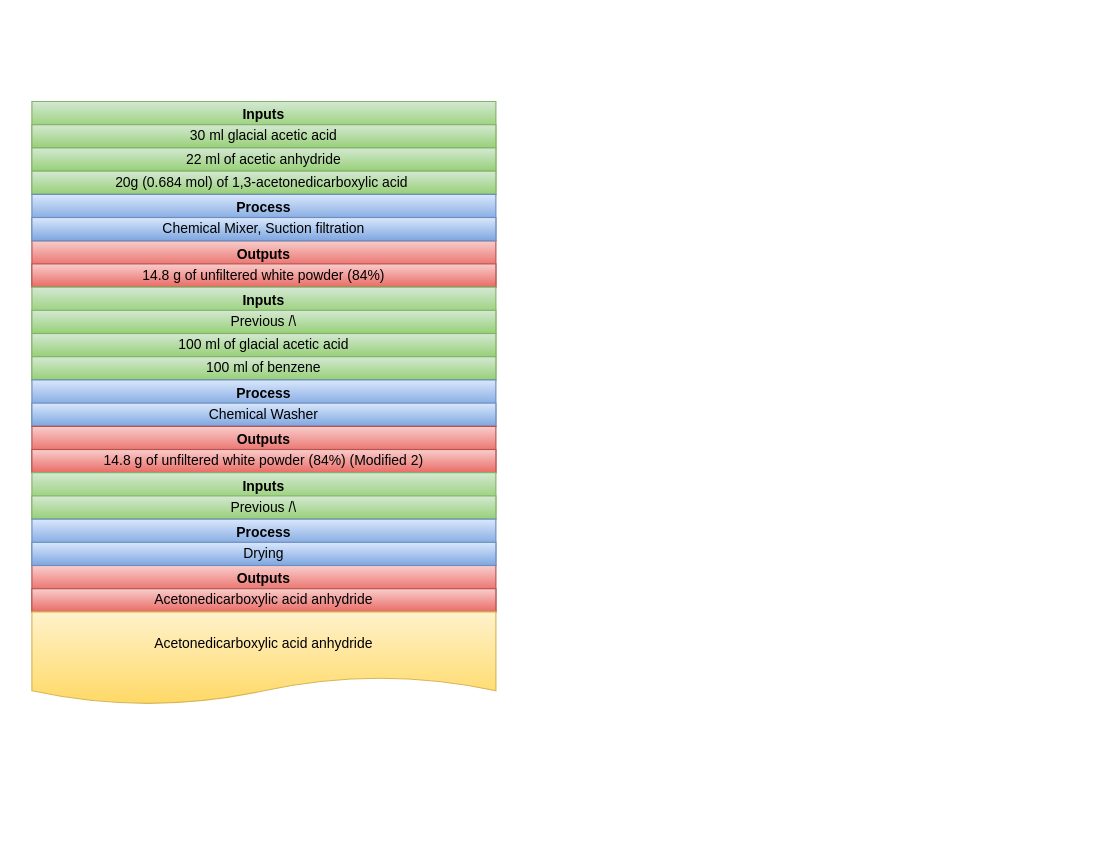
This is Cocaine.drawio from Nrmot/flowcharts, a draw.io file, before an edit. Source tidied: cells renumbered, new cells numbered last; positions are measured from the earlier drawing's top-left corner, leaving out a move shared by most shapes. Both pictures are drawn from the tidied source at 116%, with x=0, y=0 at pixel (31, 101).
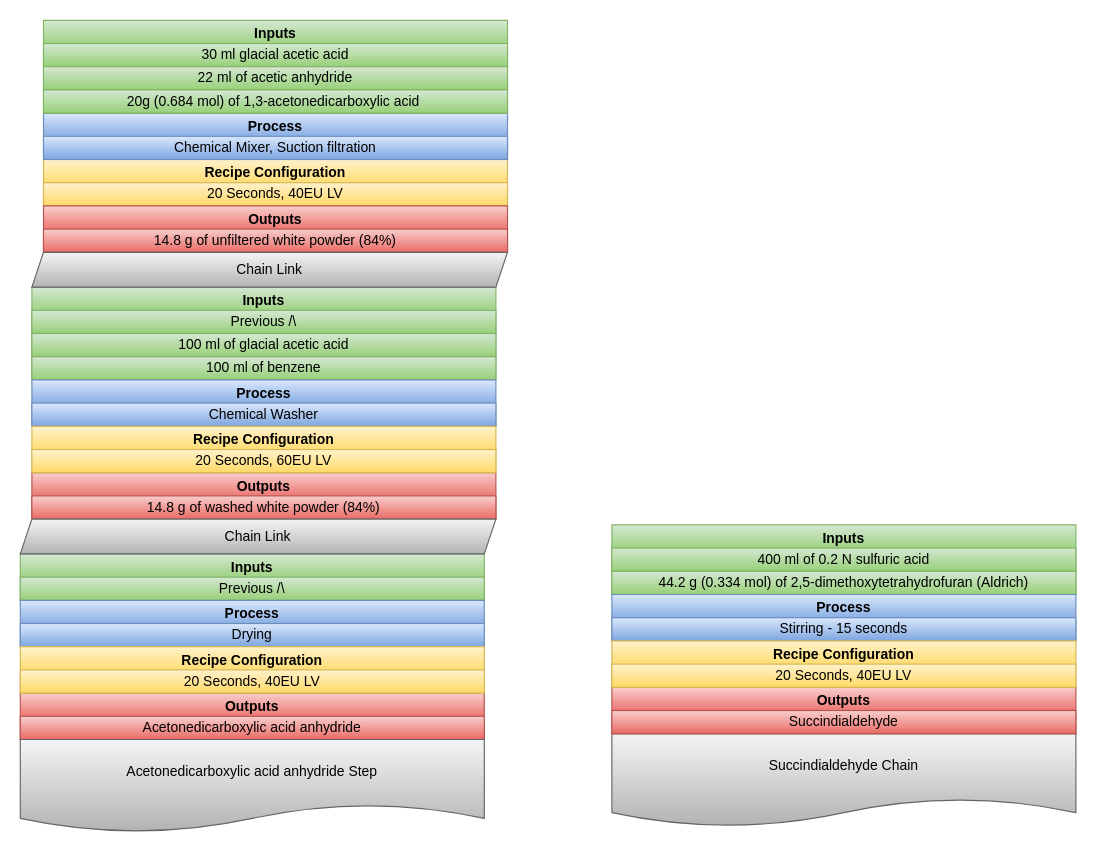
The same diagram, later.

The edit, as a diff of the source:
```diff
@@
-    <mxCell id="2" value="Inputs" style="swimlane;whiteSpace=wrap;html=1;fillColor=#d5e8d4;strokeColor=#82b366;gradientColor=#97d077;" parent="1" vertex="1">
-      <mxGeometry width="400" height="80" as="geometry" />
-    </mxCell>
-    <mxCell id="3" value="30 ml glacial acetic acid" style="rounded=0;whiteSpace=wrap;html=1;fillColor=#d5e8d4;strokeColor=#82b366;gradientColor=#97d077;" parent="2" vertex="1">
-      <mxGeometry y="20" width="400" height="20" as="geometry" />
-    </mxCell>
-    <mxCell id="4" style="edgeStyle=orthogonalEdgeStyle;rounded=0;orthogonalLoop=1;jettySize=auto;html=1;exitX=0.5;exitY=1;exitDx=0;exitDy=0;fillColor=#d5e8d4;strokeColor=#82b366;gradientColor=#97d077;" parent="2" edge="1" source="3" target="3">
-      <mxGeometry relative="1" as="geometry" />
-    </mxCell>
-    <mxCell id="5" value="22 ml of acetic anhydride" style="rounded=0;whiteSpace=wrap;html=1;fillColor=#d5e8d4;strokeColor=#82b366;gradientColor=#97d077;" parent="2" vertex="1">
-      <mxGeometry y="40" width="400" height="20" as="geometry" />
-    </mxCell>
-    <mxCell id="6" value="20g (0.684 mol) of 1,3-acetonedicarboxylic acid&amp;nbsp;" style="rounded=0;whiteSpace=wrap;html=1;fillColor=#d5e8d4;strokeColor=#82b366;gradientColor=#97d077;" parent="2" vertex="1">
-      <mxGeometry y="60" width="400" height="20" as="geometry" />
-    </mxCell>
     <mxCell id="7" value="Outputs" style="swimlane;whiteSpace=wrap;html=1;fillColor=#f8cecc;strokeColor=#b85450;gradientColor=#ea6b66;" parent="1" vertex="1">
-      <mxGeometry y="400" width="400" height="40" as="geometry" />
+      <mxGeometry x="-10" y="510" width="400" height="40" as="geometry" />
     </mxCell>
@@
-    <mxCell id="10" value="Acetonedicarboxylic acid anhydride" style="shape=document;whiteSpace=wrap;html=1;boundedLbl=1;fillColor=#fff2cc;gradientColor=#ffd966;strokeColor=#d6b656;" parent="1" vertex="1">
-      <mxGeometry y="440" width="400" height="80" as="geometry" />
+    <mxCell id="10" value="Acetonedicarboxylic acid anhydride Step" style="shape=document;whiteSpace=wrap;html=1;boundedLbl=1;fillColor=#f5f5f5;gradientColor=#b3b3b3;strokeColor=#666666;" parent="1" vertex="1">
+      <mxGeometry x="-10" y="550" width="400" height="80" as="geometry" />
     </mxCell>
-    <mxCell id="11" value="Outputs" style="swimlane;whiteSpace=wrap;html=1;fillColor=#f8cecc;strokeColor=#b85450;gradientColor=#ea6b66;" parent="1" vertex="1">
-      <mxGeometry y="120" width="400" height="40" as="geometry" />
-    </mxCell>
-    <mxCell id="12" style="edgeStyle=orthogonalEdgeStyle;rounded=0;orthogonalLoop=1;jettySize=auto;html=1;exitX=0.5;exitY=1;exitDx=0;exitDy=0;fillColor=#f8cecc;strokeColor=#b85450;gradientColor=#ea6b66;" parent="11" edge="1">
-      <mxGeometry relative="1" as="geometry">
-        <mxPoint x="150" y="40" as="sourcePoint" />
-        <mxPoint x="150" y="40" as="targetPoint" />
-      </mxGeometry>
-    </mxCell>
-    <mxCell id="13" value="14.8 g of unfiltered white powder (84%)" style="rounded=0;whiteSpace=wrap;html=1;fillColor=#f8cecc;strokeColor=#b85450;gradientColor=#ea6b66;" parent="11" vertex="1">
-      <mxGeometry y="20" width="400" height="20" as="geometry" />
-    </mxCell>
@@
-    <mxCell id="21" value="Outputs" style="swimlane;whiteSpace=wrap;html=1;fillColor=#f8cecc;strokeColor=#b85450;gradientColor=#ea6b66;" parent="1" vertex="1">
-      <mxGeometry y="280" width="400" height="40" as="geometry" />
+    <mxCell id="21" value="Outputs" style="swimlane;whiteSpace=wrap;html=1;fillColor=#f8cecc;strokeColor=#b85450;gradientColor=#ea6b66;startSize=23;" parent="1" vertex="1">
+      <mxGeometry y="320" width="400" height="40" as="geometry" />
     </mxCell>
@@
-    <mxCell id="23" value="14.8 g of unfiltered white powder (84%) (Modified 2)" style="rounded=0;whiteSpace=wrap;html=1;fillColor=#f8cecc;strokeColor=#b85450;gradientColor=#ea6b66;" parent="21" vertex="1">
+    <mxCell id="23" value="14.8 g of washed white powder (84%)" style="rounded=0;whiteSpace=wrap;html=1;fillColor=#f8cecc;strokeColor=#b85450;gradientColor=#ea6b66;" parent="21" vertex="1">
       <mxGeometry y="20" width="400" height="20" as="geometry" />
     </mxCell>
     <mxCell id="24" value="Inputs" style="swimlane;whiteSpace=wrap;html=1;fillColor=#d5e8d4;strokeColor=#82b366;gradientColor=#97d077;" parent="1" vertex="1">
-      <mxGeometry y="320" width="400" height="40" as="geometry" />
+      <mxGeometry x="-10" y="390" width="400" height="40" as="geometry" />
     </mxCell>
@@
     <mxCell id="27" value="Process" style="swimlane;whiteSpace=wrap;html=1;fillColor=#dae8fc;strokeColor=#6c8ebf;gradientColor=#7ea6e0;" parent="1" vertex="1">
-      <mxGeometry y="360" width="400" height="40" as="geometry" />
+      <mxGeometry x="-10" y="430" width="400" height="40" as="geometry" />
     </mxCell>
@@
+    <mxCell id="31" value="Succindialdehyde&amp;nbsp;Chain" style="shape=document;whiteSpace=wrap;html=1;boundedLbl=1;fillColor=#f5f5f5;gradientColor=#b3b3b3;strokeColor=#666666;" parent="1" vertex="1">
+      <mxGeometry x="500" y="545" width="400" height="80" as="geometry" />
+    </mxCell>
+    <mxCell id="32" value="Outputs" style="swimlane;whiteSpace=wrap;html=1;fillColor=#f8cecc;strokeColor=#b85450;gradientColor=#ea6b66;" parent="1" vertex="1">
+      <mxGeometry x="500" y="505" width="400" height="40" as="geometry" />
+    </mxCell>
+    <mxCell id="33" style="edgeStyle=orthogonalEdgeStyle;rounded=0;orthogonalLoop=1;jettySize=auto;html=1;exitX=0.5;exitY=1;exitDx=0;exitDy=0;fillColor=#f8cecc;strokeColor=#b85450;gradientColor=#ea6b66;" parent="32" edge="1">
+      <mxGeometry relative="1" as="geometry">
+        <mxPoint x="150" y="40" as="sourcePoint" />
+        <mxPoint x="150" y="40" as="targetPoint" />
+      </mxGeometry>
+    </mxCell>
+    <mxCell id="34" value="Succindialdehyde" style="rounded=0;whiteSpace=wrap;html=1;fillColor=#f8cecc;strokeColor=#b85450;gradientColor=#ea6b66;" parent="32" vertex="1">
+      <mxGeometry y="20" width="400" height="20" as="geometry" />
+    </mxCell>
+    <mxCell id="35" value="Inputs" style="swimlane;whiteSpace=wrap;html=1;fillColor=#d5e8d4;strokeColor=#82b366;gradientColor=#97d077;" parent="1" vertex="1">
+      <mxGeometry x="500" y="365" width="400" height="60" as="geometry" />
+    </mxCell>
+    <mxCell id="36" value="400 ml of 0.2 N sulfuric acid" style="rounded=0;whiteSpace=wrap;html=1;fillColor=#d5e8d4;strokeColor=#82b366;gradientColor=#97d077;" parent="35" vertex="1">
+      <mxGeometry y="20" width="400" height="20" as="geometry" />
+    </mxCell>
+    <mxCell id="37" style="edgeStyle=orthogonalEdgeStyle;rounded=0;orthogonalLoop=1;jettySize=auto;html=1;exitX=0.5;exitY=1;exitDx=0;exitDy=0;fillColor=#d5e8d4;strokeColor=#82b366;gradientColor=#97d077;" parent="35" edge="1" source="36" target="36">
+      <mxGeometry relative="1" as="geometry" />
+    </mxCell>
+    <mxCell id="38" value="44.2 g (0.334 mol) of 2,5-dimethoxytetrahydrofuran (Aldrich)" style="rounded=0;whiteSpace=wrap;html=1;fillColor=#d5e8d4;strokeColor=#82b366;gradientColor=#97d077;" parent="35" vertex="1">
+      <mxGeometry y="40" width="400" height="20" as="geometry" />
+    </mxCell>
+    <mxCell id="39" value="Process" style="swimlane;whiteSpace=wrap;html=1;fillColor=#dae8fc;strokeColor=#6c8ebf;gradientColor=#7ea6e0;" parent="1" vertex="1">
+      <mxGeometry x="500" y="425" width="400" height="40" as="geometry" />
+    </mxCell>
+    <mxCell id="40" value="Stirring - 15 seconds" style="rounded=0;whiteSpace=wrap;html=1;fillColor=#dae8fc;strokeColor=#6c8ebf;gradientColor=#7ea6e0;" parent="39" vertex="1">
+      <mxGeometry y="20" width="400" height="20" as="geometry" />
+    </mxCell>
+    <mxCell id="41" value="Recipe Configuration" style="swimlane;whiteSpace=wrap;html=1;fillColor=#fff2cc;strokeColor=#d6b656;gradientColor=#ffd966;" parent="1" vertex="1">
+      <mxGeometry x="10" y="50" width="400" height="40" as="geometry" />
+    </mxCell>
+    <mxCell id="42" value="20 Seconds, 40EU LV" style="rounded=0;whiteSpace=wrap;html=1;fillColor=#fff2cc;strokeColor=#d6b656;gradientColor=#ffd966;" parent="41" vertex="1">
+      <mxGeometry y="20" width="400" height="20" as="geometry" />
+    </mxCell>
     <mxCell id="29" value="Process" style="swimlane;whiteSpace=wrap;html=1;fillColor=#dae8fc;strokeColor=#6c8ebf;gradientColor=#7ea6e0;" parent="1" vertex="1">
-      <mxGeometry y="80" width="400" height="40" as="geometry" />
+      <mxGeometry x="10" y="10" width="400" height="40" as="geometry" />
     </mxCell>
@@
+    <mxCell id="2" value="Inputs" style="swimlane;whiteSpace=wrap;html=1;fillColor=#d5e8d4;strokeColor=#82b366;gradientColor=#97d077;" parent="1" vertex="1">
+      <mxGeometry x="10" y="-70" width="400" height="80" as="geometry" />
+    </mxCell>
+    <mxCell id="3" value="30 ml glacial acetic acid" style="rounded=0;whiteSpace=wrap;html=1;fillColor=#d5e8d4;strokeColor=#82b366;gradientColor=#97d077;" parent="2" vertex="1">
+      <mxGeometry y="20" width="400" height="20" as="geometry" />
+    </mxCell>
+    <mxCell id="4" style="edgeStyle=orthogonalEdgeStyle;rounded=0;orthogonalLoop=1;jettySize=auto;html=1;exitX=0.5;exitY=1;exitDx=0;exitDy=0;fillColor=#d5e8d4;strokeColor=#82b366;gradientColor=#97d077;" parent="2" edge="1" source="3" target="3">
+      <mxGeometry relative="1" as="geometry" />
+    </mxCell>
+    <mxCell id="5" value="22 ml of acetic anhydride" style="rounded=0;whiteSpace=wrap;html=1;fillColor=#d5e8d4;strokeColor=#82b366;gradientColor=#97d077;" parent="2" vertex="1">
+      <mxGeometry y="40" width="400" height="20" as="geometry" />
+    </mxCell>
+    <mxCell id="6" value="20g (0.684 mol) of 1,3-acetonedicarboxylic acid&amp;nbsp;" style="rounded=0;whiteSpace=wrap;html=1;fillColor=#d5e8d4;strokeColor=#82b366;gradientColor=#97d077;" parent="2" vertex="1">
+      <mxGeometry y="60" width="400" height="20" as="geometry" />
+    </mxCell>
+    <mxCell id="11" value="Outputs" style="swimlane;whiteSpace=wrap;html=1;fillColor=#f8cecc;strokeColor=#b85450;gradientColor=#ea6b66;" parent="1" vertex="1">
+      <mxGeometry x="10" y="90" width="400" height="40" as="geometry" />
+    </mxCell>
+    <mxCell id="12" style="edgeStyle=orthogonalEdgeStyle;rounded=0;orthogonalLoop=1;jettySize=auto;html=1;exitX=0.5;exitY=1;exitDx=0;exitDy=0;fillColor=#f8cecc;strokeColor=#b85450;gradientColor=#ea6b66;" parent="11" edge="1">
+      <mxGeometry relative="1" as="geometry">
+        <mxPoint x="150" y="40" as="sourcePoint" />
+        <mxPoint x="150" y="40" as="targetPoint" />
+      </mxGeometry>
+    </mxCell>
+    <mxCell id="13" value="14.8 g of unfiltered white powder (84%)" style="rounded=0;whiteSpace=wrap;html=1;fillColor=#f8cecc;strokeColor=#b85450;gradientColor=#ea6b66;" parent="11" vertex="1">
+      <mxGeometry y="20" width="400" height="20" as="geometry" />
+    </mxCell>
+    <mxCell id="43" value="Recipe Configuration" style="swimlane;whiteSpace=wrap;html=1;fillColor=#fff2cc;strokeColor=#d6b656;gradientColor=#ffd966;startSize=23;" parent="1" vertex="1">
+      <mxGeometry y="280" width="400" height="40" as="geometry" />
+    </mxCell>
+    <mxCell id="44" value="20 Seconds, 60EU LV" style="rounded=0;whiteSpace=wrap;html=1;fillColor=#fff2cc;strokeColor=#d6b656;gradientColor=#ffd966;" parent="43" vertex="1">
+      <mxGeometry y="20" width="400" height="20" as="geometry" />
+    </mxCell>
+    <mxCell id="45" value="Chain Link" style="shape=parallelogram;perimeter=parallelogramPerimeter;whiteSpace=wrap;html=1;fixedSize=1;fillColor=#f5f5f5;gradientColor=#b3b3b3;strokeColor=#666666;size=10;" parent="1" vertex="1">
+      <mxGeometry y="130" width="410" height="30" as="geometry" />
+    </mxCell>
+    <mxCell id="46" value="Chain Link" style="shape=parallelogram;perimeter=parallelogramPerimeter;whiteSpace=wrap;html=1;fixedSize=1;fillColor=#f5f5f5;gradientColor=#b3b3b3;strokeColor=#666666;size=10;" parent="1" vertex="1">
+      <mxGeometry x="-10" y="360" width="410" height="30" as="geometry" />
+    </mxCell>
+    <mxCell id="47" value="Recipe Configuration" style="swimlane;whiteSpace=wrap;html=1;fillColor=#fff2cc;strokeColor=#d6b656;gradientColor=#ffd966;" parent="1" vertex="1">
+      <mxGeometry x="-10" y="470" width="400" height="40" as="geometry" />
+    </mxCell>
+    <mxCell id="48" value="20 Seconds, 40EU LV" style="rounded=0;whiteSpace=wrap;html=1;fillColor=#fff2cc;strokeColor=#d6b656;gradientColor=#ffd966;" parent="47" vertex="1">
+      <mxGeometry y="20" width="400" height="20" as="geometry" />
+    </mxCell>
+    <mxCell id="49" value="Recipe Configuration" style="swimlane;whiteSpace=wrap;html=1;fillColor=#fff2cc;strokeColor=#d6b656;gradientColor=#ffd966;" parent="1" vertex="1">
+      <mxGeometry x="500" y="465" width="400" height="40" as="geometry" />
+    </mxCell>
+    <mxCell id="50" value="20 Seconds, 40EU LV" style="rounded=0;whiteSpace=wrap;html=1;fillColor=#fff2cc;strokeColor=#d6b656;gradientColor=#ffd966;" parent="49" vertex="1">
+      <mxGeometry y="20" width="400" height="20" as="geometry" />
+    </mxCell>
```
